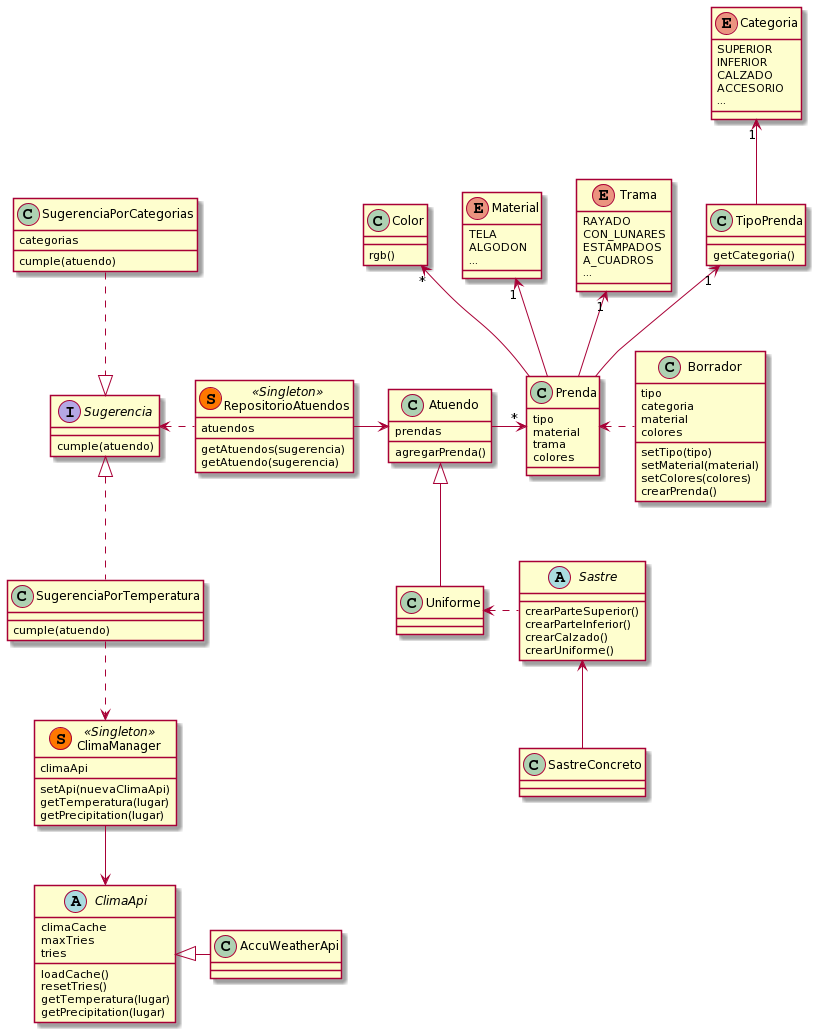
The PlantUML diagram QMP4/diagrama.png in igonzalezmartin/QMP1, before a commit.
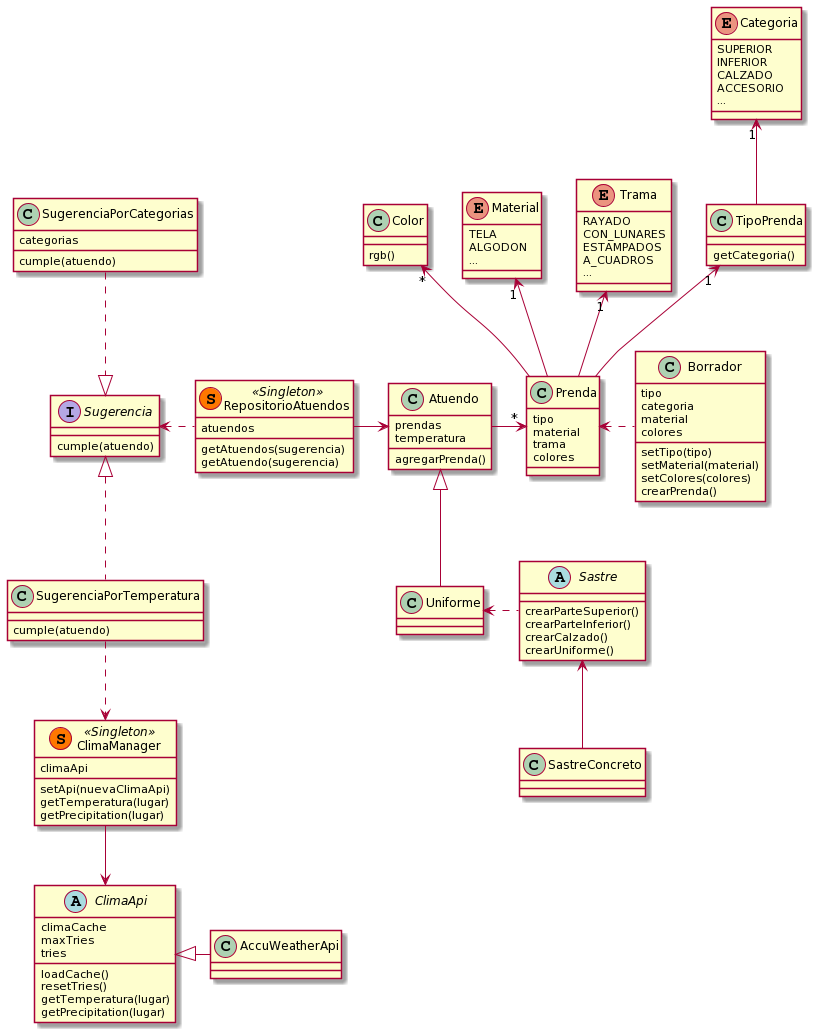
Later version of the same file.

Change to the diagram source:
```diff
@@ -41,6 +41,7 @@
 
 class Atuendo {
   prendas
+  temperatura
   agregarPrenda()
 }
 
```
